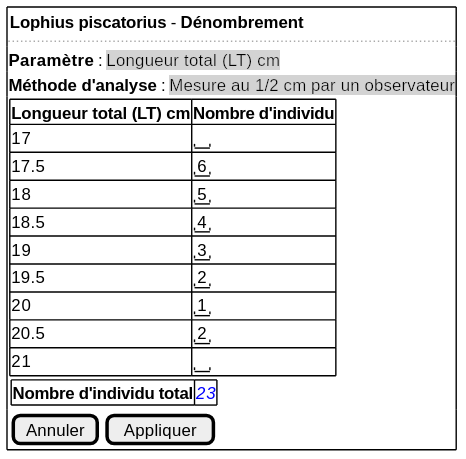
Above: projects/common/spe/images/numerical-enumeration.svg in sumaris-net/sumaris-doc (PlantUML), before the change.
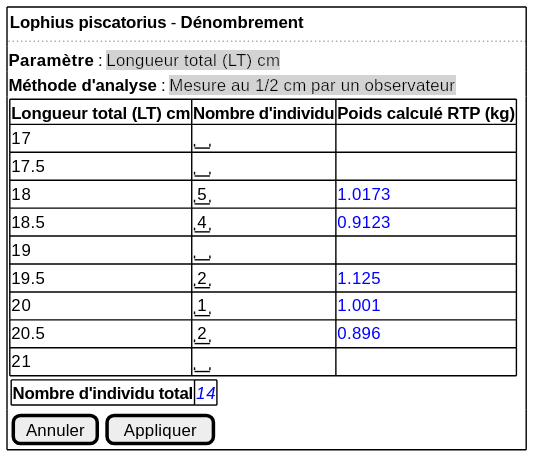
Above is the later version.

Change to the diagram source:
```diff
@@ -6,21 +6,21 @@
   <b>Méthode d'analyse</b> : <back:lightgrey><font color=black size=12>Mesure au 1/2 cm par un observateur
   {
 	{#
-      <b>Longueur total (LT) cm | <b>Nombre d'individu
-      17 | " "
-      17.5 | "6"
-      18 | "5"
-      18.5 | "4"
-      19 |  "3"
-      19.5| "2"
-      20| "1"
-      20.5 | "2"
-      21 | " "
+      <b>Longueur total (LT) cm | <b>Nombre d'individu | <b>Poids calculé RTP (kg)
+      17 | " " | <color:blue>
+      17.5 | " " | <color:blue>
+      18 | "5" | <color:blue>1.0173
+      18.5 | "4" | <color:blue>0.9123
+      19 |  " " | <color:blue>
+      19.5| "2" | <color:blue>1.125
+      20| "1" | <color:blue>1.001
+      20.5 | "2" | <color:blue>0.896
+      21 | " " | <color:blue>
     } |
     .
     {
       {#
-        <b>Nombre d'individu total | <i><color:blue>23
+        <b>Nombre d'individu total | <i><color:blue>14
         }
      }
 
```
